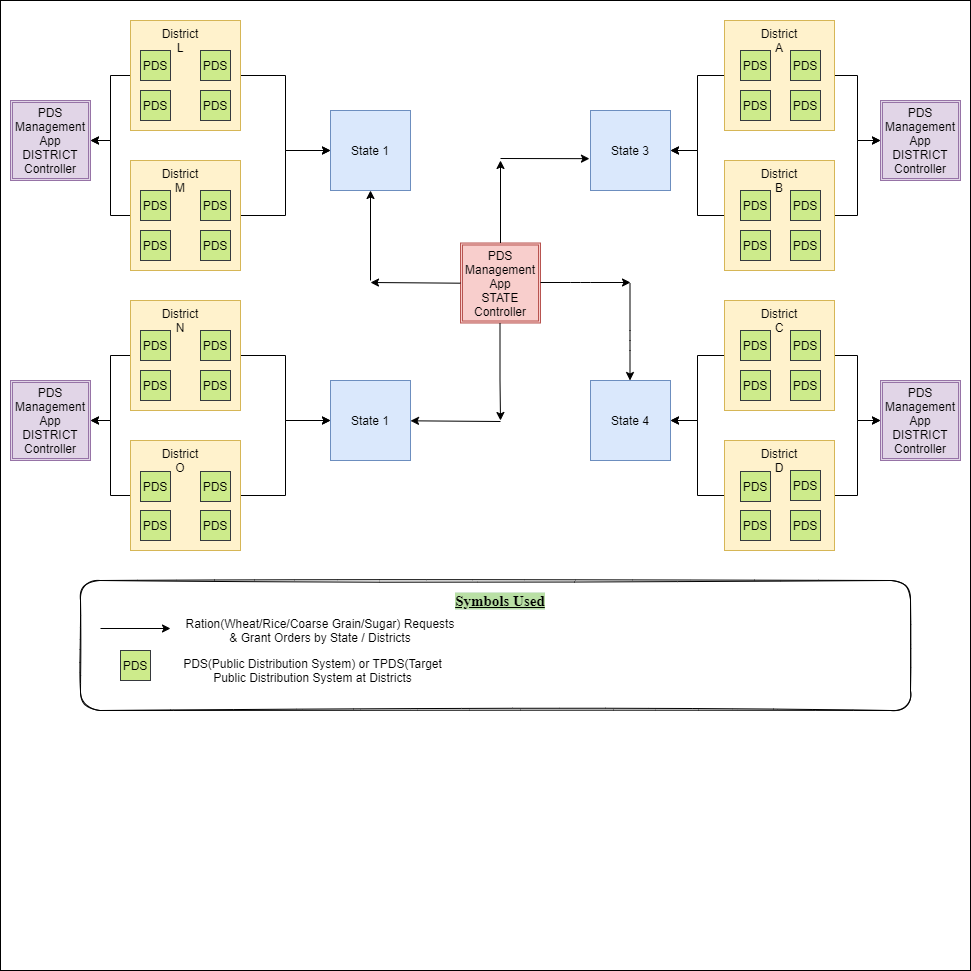
This is Architecture.png from gswain3316/pdsmanagement, a draw.io export, as it was before one commit. Source tidied: cells renumbered, new cells last; positions are measured from the earlier drawing's top-left corner, leaving out a move shared by most shapes.
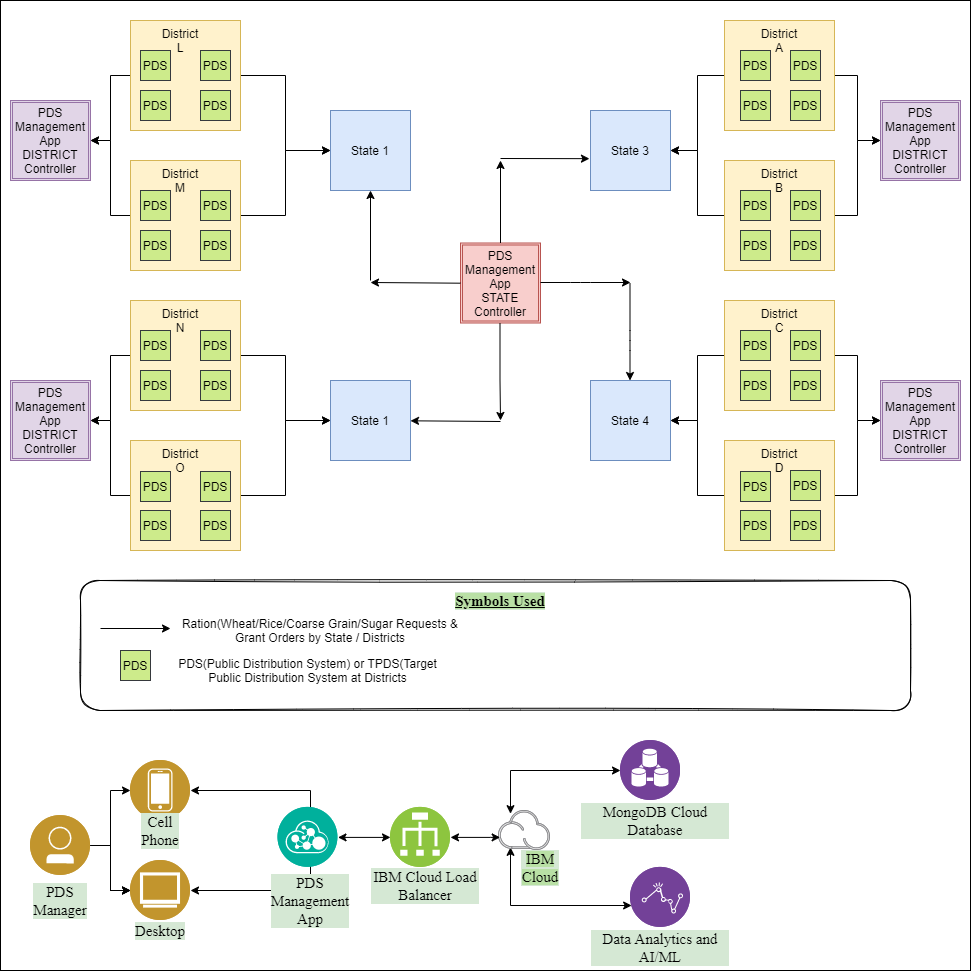
The same file after the commit.

Change to the diagram source:
```diff
@@ -286,17 +286,124 @@
         <mxPoint x="170" y="628" as="targetPoint" />
       </mxGeometry>
     </mxCell>
-    <mxCell id="86" value="Ration(Wheat/Rice/Coarse Grain/Sugar) Requests &amp;amp; Grant Orders by State / Districts" style="text;html=1;strokeColor=none;fillColor=none;align=center;verticalAlign=middle;whiteSpace=wrap;rounded=0;" parent="1" vertex="1">
+    <mxCell id="86" value="Ration(Wheat/Rice/Coarse Grain/Sugar Requests &amp;amp; Grant Orders by State / Districts" style="text;html=1;strokeColor=none;fillColor=none;align=center;verticalAlign=middle;whiteSpace=wrap;rounded=0;" parent="1" vertex="1">
       <mxGeometry x="180" y="620" width="280" height="20" as="geometry" />
     </mxCell>
     <mxCell id="87" value="PDS" style="whiteSpace=wrap;html=1;fillColor=#cdeb8b;strokeColor=#36393d;" parent="1" vertex="1">
       <mxGeometry x="120" y="650" width="30" height="30" as="geometry" />
     </mxCell>
     <mxCell id="88" value="PDS(Public Distribution System) or TPDS(Target Public Distribution System at Districts" style="text;html=1;strokeColor=none;fillColor=none;align=center;verticalAlign=middle;whiteSpace=wrap;rounded=0;" parent="1" vertex="1">
-      <mxGeometry x="165" y="660" width="295" height="20" as="geometry" />
+      <mxGeometry x="160" y="660" width="295" height="20" as="geometry" />
     </mxCell>
     <mxCell id="89" value="&lt;b style=&quot;font-size: 15px;&quot;&gt;&lt;u style=&quot;background-color: rgb(185, 224, 165); font-size: 15px;&quot;&gt;&lt;font style=&quot;font-size: 15px;&quot;&gt;Symbols Used&lt;/font&gt;&lt;/u&gt;&lt;/b&gt;" style="text;html=1;strokeColor=none;fillColor=none;align=center;verticalAlign=middle;whiteSpace=wrap;rounded=0;shadow=0;glass=0;labelBackgroundColor=#D5E8D4;sketch=1;fontFamily=Times New Roman;fontSize=15;" parent="1" vertex="1">
       <mxGeometry x="450" y="590" width="100" height="20" as="geometry" />
     </mxCell>
+    <mxCell id="90" style="edgeStyle=orthogonalEdgeStyle;rounded=0;jettySize=auto;html=1;fontFamily=Times New Roman;fontSize=15;fontColor=#000000;endArrow=classic;endFill=1;" parent="1" edge="1" source="94" target="98">
+      <mxGeometry relative="1" as="geometry" />
+    </mxCell>
+    <mxCell id="91" style="edgeStyle=orthogonalEdgeStyle;rounded=0;jettySize=auto;html=1;fontFamily=Times New Roman;fontSize=15;fontColor=#000000;endArrow=classic;endFill=1;" parent="1" edge="1" source="94" target="98">
+      <mxGeometry relative="1" as="geometry" />
+    </mxCell>
+    <mxCell id="92" style="edgeStyle=orthogonalEdgeStyle;rounded=0;jettySize=auto;html=1;fontFamily=Times New Roman;fontSize=15;fontColor=#000000;endArrow=classic;endFill=1;" parent="1" edge="1" source="94" target="98">
+      <mxGeometry relative="1" as="geometry" />
+    </mxCell>
+    <mxCell id="93" style="edgeStyle=orthogonalEdgeStyle;rounded=0;jettySize=auto;html=1;entryX=0;entryY=0.5;entryDx=0;entryDy=0;fontFamily=Times New Roman;fontSize=15;fontColor=#000000;endArrow=classic;endFill=1;" parent="1" edge="1" source="94" target="96">
+      <mxGeometry relative="1" as="geometry" />
+    </mxCell>
+    <mxCell id="94" style="perimeter=ellipsePerimeter;html=1;align=center;shadow=0;dashed=0;fontColor=#4277BB;labelBackgroundColor=#ffffff;fontSize=12;spacingTop=3;image;image=img/lib/ibm/users/user.svg;rounded=1;glass=0;sketch=1;fontFamily=Times New Roman;strokeColor=#000000;" parent="1" vertex="1">
+      <mxGeometry x="30" y="815" width="60" height="60" as="geometry" />
+    </mxCell>
+    <mxCell id="95" style="edgeStyle=orthogonalEdgeStyle;rounded=0;jettySize=auto;html=1;fontFamily=Times New Roman;fontSize=15;fontColor=#000000;startArrow=classic;startFill=1;endArrow=classic;endFill=1;" parent="1" edge="1" source="96">
+      <mxGeometry relative="1" as="geometry">
+        <mxPoint x="277.5" y="836.9" as="targetPoint" />
+        <Array as="points">
+          <mxPoint x="310" y="790" />
+          <mxPoint x="310" y="837" />
+        </Array>
+      </mxGeometry>
+    </mxCell>
+    <mxCell id="96" style="perimeter=ellipsePerimeter;html=1;align=center;shadow=0;dashed=0;fontColor=#4277BB;labelBackgroundColor=#ffffff;fontSize=12;spacingTop=3;image;image=img/lib/ibm/users/device.svg;rounded=1;glass=0;sketch=1;fontFamily=Times New Roman;strokeColor=#000000;" parent="1" vertex="1">
+      <mxGeometry x="130" y="760" width="60" height="60" as="geometry" />
+    </mxCell>
+    <mxCell id="97" style="edgeStyle=orthogonalEdgeStyle;rounded=0;jettySize=auto;html=1;fontFamily=Times New Roman;fontSize=15;fontColor=#000000;startArrow=classic;startFill=1;endArrow=classic;endFill=1;" parent="1" edge="1" source="98">
+      <mxGeometry relative="1" as="geometry">
+        <mxPoint x="277.5" y="836.9" as="targetPoint" />
+        <Array as="points">
+          <mxPoint x="310" y="890" />
+          <mxPoint x="310" y="837" />
+        </Array>
+      </mxGeometry>
+    </mxCell>
+    <mxCell id="98" style="perimeter=ellipsePerimeter;html=1;align=center;shadow=0;dashed=0;fontColor=#4277BB;labelBackgroundColor=#ffffff;fontSize=12;spacingTop=3;image;image=img/lib/ibm/users/browser.svg;rounded=1;glass=0;sketch=1;fontFamily=Times New Roman;strokeColor=#000000;" parent="1" vertex="1">
+      <mxGeometry x="130" y="860" width="60" height="60" as="geometry" />
+    </mxCell>
+    <mxCell id="99" style="edgeStyle=orthogonalEdgeStyle;rounded=0;jettySize=auto;html=1;fontFamily=Times New Roman;fontSize=15;fontColor=#000000;endArrow=classic;endFill=1;startArrow=classic;startFill=1;" parent="1" edge="1" source="101" target="103">
+      <mxGeometry relative="1" as="geometry">
+        <Array as="points">
+          <mxPoint x="510" y="905" />
+        </Array>
+      </mxGeometry>
+    </mxCell>
+    <mxCell id="100" style="edgeStyle=orthogonalEdgeStyle;rounded=0;jettySize=auto;html=1;fontFamily=Times New Roman;fontSize=15;fontColor=#000000;endArrow=classic;endFill=1;startArrow=classic;startFill=1;" parent="1" edge="1" source="101" target="102">
+      <mxGeometry relative="1" as="geometry">
+        <Array as="points">
+          <mxPoint x="510" y="770" />
+        </Array>
+      </mxGeometry>
+    </mxCell>
+    <mxCell id="101" style="perimeter=ellipsePerimeter;html=1;align=center;shadow=0;dashed=0;fontColor=#4277BB;labelBackgroundColor=#ffffff;fontSize=12;spacingTop=3;image;image=img/lib/ibm/miscellaneous/ibm_public_cloud.svg;rounded=1;glass=0;sketch=1;fontFamily=Times New Roman;strokeColor=#000000;" parent="1" vertex="1">
+      <mxGeometry x="498.1" y="810" width="52" height="40" as="geometry" />
+    </mxCell>
+    <mxCell id="102" style="perimeter=ellipsePerimeter;html=1;align=center;shadow=0;dashed=0;fontColor=#4277BB;labelBackgroundColor=#ffffff;fontSize=12;spacingTop=3;image;image=img/lib/ibm/analytics/data_integration.svg;rounded=1;glass=0;sketch=1;fontFamily=Times New Roman;strokeColor=#000000;" parent="1" vertex="1">
+      <mxGeometry x="620" y="740" width="60" height="60" as="geometry" />
+    </mxCell>
+    <mxCell id="103" style="perimeter=ellipsePerimeter;html=1;align=center;shadow=0;dashed=0;fontColor=#4277BB;labelBackgroundColor=#ffffff;fontSize=12;spacingTop=3;image;image=img/lib/ibm/analytics/analytics.svg;rounded=1;glass=0;sketch=1;fontFamily=Times New Roman;strokeColor=#000000;" parent="1" vertex="1">
+      <mxGeometry x="630" y="866.9" width="60" height="60" as="geometry" />
+    </mxCell>
+    <mxCell id="104" value="IBM Cloud Load Balancer" style="text;html=1;strokeColor=none;fillColor=none;align=center;verticalAlign=middle;whiteSpace=wrap;rounded=0;shadow=0;glass=0;labelBackgroundColor=#D5E8D4;sketch=1;fontFamily=Times New Roman;fontSize=15;fontColor=#000000;" parent="1" vertex="1">
+      <mxGeometry x="370" y="875" width="110" height="20" as="geometry" />
+    </mxCell>
+    <mxCell id="105" value="&lt;span style=&quot;background-color: rgb(185 , 224 , 165)&quot;&gt;IBM Cloud&lt;/span&gt;" style="text;html=1;strokeColor=none;fillColor=none;align=center;verticalAlign=middle;whiteSpace=wrap;rounded=0;shadow=0;glass=0;labelBackgroundColor=#D5E8D4;sketch=1;fontFamily=Times New Roman;fontSize=15;fontColor=#000000;" parent="1" vertex="1">
+      <mxGeometry x="520" y="858.1" width="40" height="16.9" as="geometry" />
+    </mxCell>
+    <mxCell id="106" value="Data Analytics and AI/ML" style="text;html=1;strokeColor=none;fillColor=none;align=center;verticalAlign=middle;whiteSpace=wrap;rounded=0;shadow=0;glass=0;labelBackgroundColor=#D5E8D4;sketch=1;fontFamily=Times New Roman;fontSize=15;fontColor=#000000;" parent="1" vertex="1">
+      <mxGeometry x="590" y="936.9" width="140" height="20" as="geometry" />
+    </mxCell>
+    <mxCell id="107" value="MongoDB Cloud Database" style="text;html=1;strokeColor=none;fillColor=none;align=center;verticalAlign=middle;whiteSpace=wrap;rounded=0;shadow=0;glass=0;labelBackgroundColor=#D5E8D4;sketch=1;fontFamily=Times New Roman;fontSize=15;fontColor=#000000;" parent="1" vertex="1">
+      <mxGeometry x="580" y="810" width="150" height="20" as="geometry" />
+    </mxCell>
+    <mxCell id="108" value="PDS Manager" style="text;html=1;strokeColor=none;fillColor=none;align=center;verticalAlign=middle;whiteSpace=wrap;rounded=0;shadow=0;glass=0;labelBackgroundColor=#D5E8D4;sketch=1;fontFamily=Times New Roman;fontSize=15;fontColor=#000000;" parent="1" vertex="1">
+      <mxGeometry x="40" y="890" width="40" height="20" as="geometry" />
+    </mxCell>
+    <mxCell id="109" value="Cell Phone" style="text;html=1;strokeColor=none;fillColor=none;align=center;verticalAlign=middle;whiteSpace=wrap;rounded=0;shadow=0;glass=0;labelBackgroundColor=#D5E8D4;sketch=1;fontFamily=Times New Roman;fontSize=15;fontColor=#000000;" parent="1" vertex="1">
+      <mxGeometry x="140" y="820" width="40" height="20" as="geometry" />
+    </mxCell>
+    <mxCell id="110" value="Desktop" style="text;html=1;strokeColor=none;fillColor=none;align=center;verticalAlign=middle;whiteSpace=wrap;rounded=0;shadow=0;glass=0;labelBackgroundColor=#D5E8D4;sketch=1;fontFamily=Times New Roman;fontSize=15;fontColor=#000000;" parent="1" vertex="1">
+      <mxGeometry x="140" y="920" width="40" height="20" as="geometry" />
+    </mxCell>
+    <mxCell id="111" style="edgeStyle=orthogonalEdgeStyle;rounded=0;jettySize=auto;html=1;fontFamily=Times New Roman;fontSize=15;fontColor=#000000;startArrow=classic;startFill=1;endArrow=classic;endFill=1;" parent="1" edge="1" target="101">
+      <mxGeometry relative="1" as="geometry">
+        <mxPoint x="450" y="836.9" as="sourcePoint" />
+        <Array as="points">
+          <mxPoint x="490" y="837" />
+          <mxPoint x="490" y="837" />
+        </Array>
+      </mxGeometry>
+    </mxCell>
+    <mxCell id="112" style="edgeStyle=orthogonalEdgeStyle;rounded=0;orthogonalLoop=1;jettySize=auto;html=1;fontFamily=Times New Roman;fontSize=15;fontColor=#000000;startArrow=classic;startFill=1;endArrow=classic;endFill=1;" parent="1" edge="1">
+      <mxGeometry relative="1" as="geometry">
+        <mxPoint x="337.5" y="836.9" as="sourcePoint" />
+        <mxPoint x="390" y="836.9" as="targetPoint" />
+      </mxGeometry>
+    </mxCell>
+    <mxCell id="113" style="perimeter=ellipsePerimeter;html=1;align=center;shadow=0;dashed=0;fontColor=#4277BB;labelBackgroundColor=#ffffff;fontSize=12;spacingTop=3;image;image=img/lib/ibm/management/api_management.svg;rounded=1;glass=0;sketch=1;fontFamily=Times New Roman;strokeColor=#000000;" parent="1" vertex="1">
+      <mxGeometry x="277.5" y="806.9" width="60" height="60" as="geometry" />
+    </mxCell>
+    <mxCell id="114" style="perimeter=ellipsePerimeter;html=1;align=center;shadow=0;dashed=0;fontColor=#4277BB;labelBackgroundColor=#ffffff;fontSize=12;spacingTop=3;image;image=img/lib/ibm/vpc/LoadBalancer.svg;rounded=1;glass=0;sketch=1;fontFamily=Times New Roman;strokeColor=#000000;" parent="1" vertex="1">
+      <mxGeometry x="390" y="806.9" width="60" height="60" as="geometry" />
+    </mxCell>
+    <mxCell id="115" value="PDS Management App" style="text;html=1;strokeColor=none;fillColor=none;align=center;verticalAlign=middle;whiteSpace=wrap;rounded=0;shadow=0;glass=0;labelBackgroundColor=#D5E8D4;sketch=1;fontFamily=Times New Roman;fontSize=15;fontColor=#000000;" parent="1" vertex="1">
+      <mxGeometry x="290" y="890" width="40" height="20" as="geometry" />
+    </mxCell>
   </root>
 </mxGraphModel>
```
